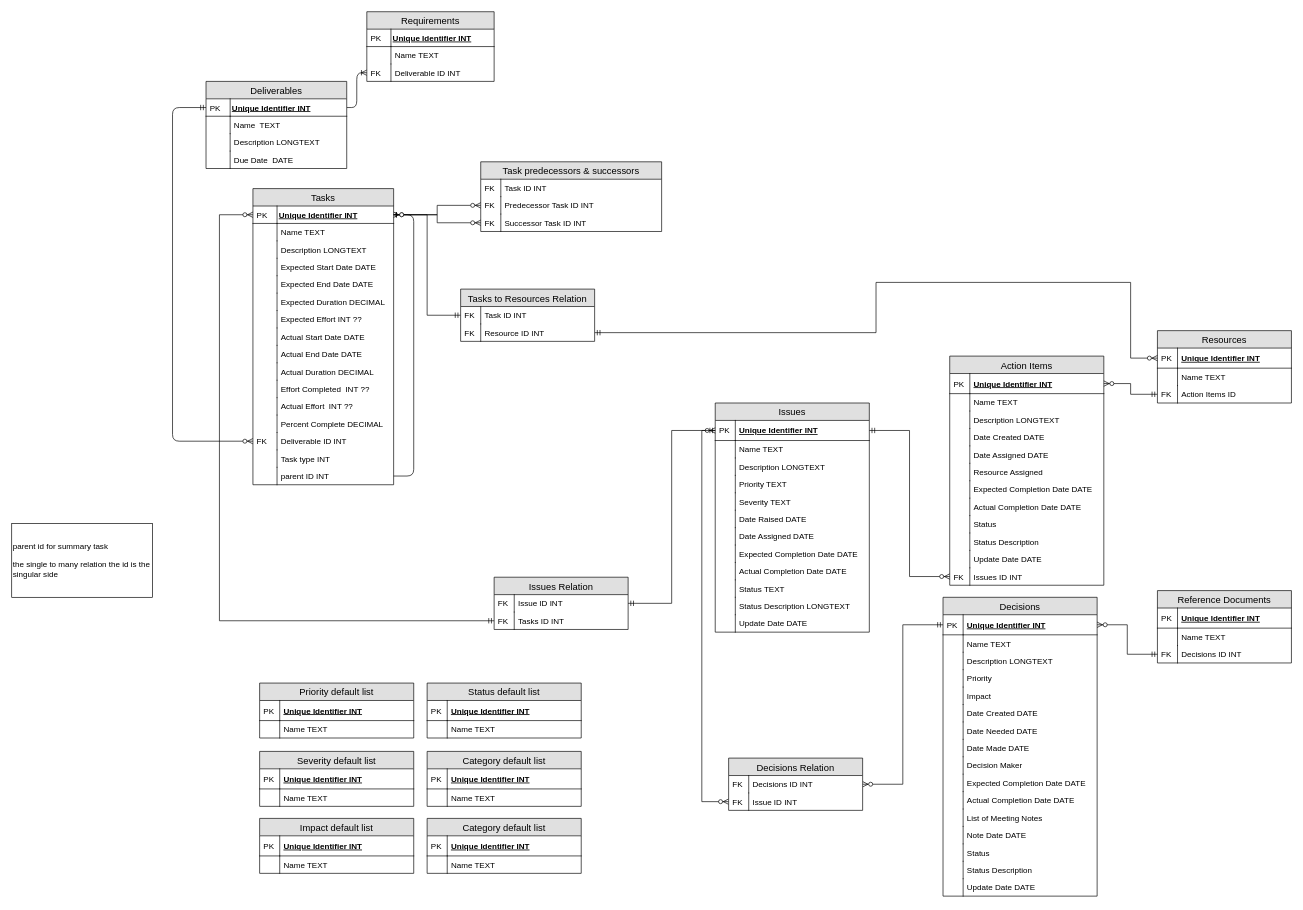
This is ERD.drawio from alicebalayan/comp380---project3, a draw.io file, before an edit. Source tidied: cells renumbered, new cells numbered last; positions are measured from the earlier drawing's top-left corner, leaving out a move shared by most shapes. Both pictures are drawn from the tidied source at 67%, with x=0, y=0 at pixel (11, 11).
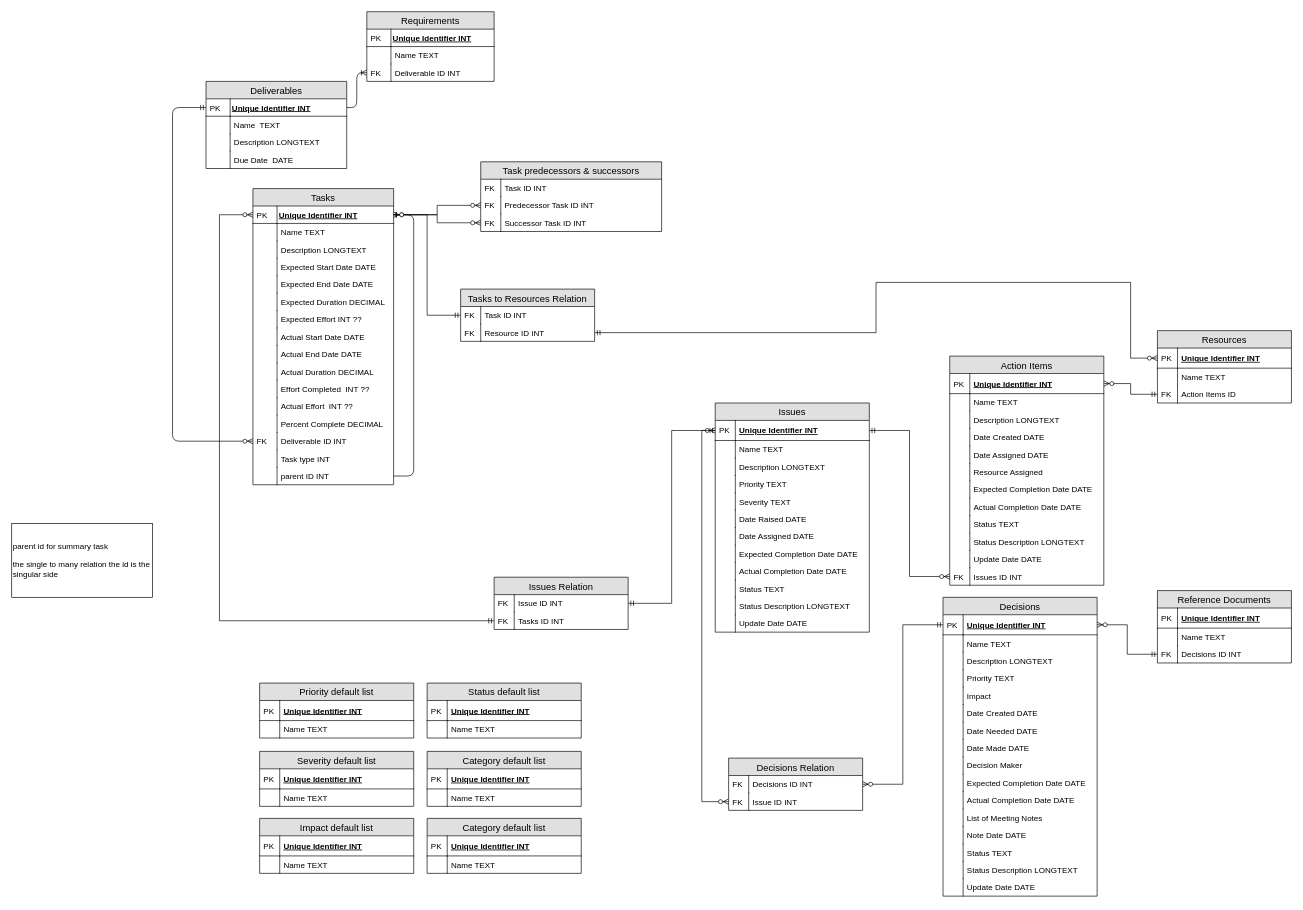
After the change.

The change refers to these unchanged cells:
```xml
<mxCell id="28" value="Decisions" style="swimlane;fontStyle=0;horizontal=1;startSize=26;fillColor=#e0e0e0;swimlaneFillColor=#ffffff;align=center;fontSize=14;" parent="1" vertex="1">
  <mxGeometry x="1390" y="874" width="230" height="446" as="geometry" />
</mxCell>
<mxCell id="61" value="Action Items" style="swimlane;fontStyle=0;horizontal=1;startSize=26;fillColor=#e0e0e0;swimlaneFillColor=#ffffff;align=center;fontSize=14;" parent="1" vertex="1">
  <mxGeometry x="1400" y="514" width="230" height="342" as="geometry" />
</mxCell>
```

The edit, as a diff of the source:
```diff
@@
-    <mxCell id="35" value="Priority" style="shape=partialRectangle;top=0;left=0;right=0;bottom=0;align=left;verticalAlign=top;fillColor=none;spacingLeft=34;spacingRight=4;overflow=hidden;fontSize=12;" parent="28" vertex="1">
+    <mxCell id="35" value="Priority TEXT" style="shape=partialRectangle;top=0;left=0;right=0;bottom=0;align=left;verticalAlign=top;fillColor=none;spacingLeft=34;spacingRight=4;overflow=hidden;fontSize=12;" parent="28" vertex="1">
       <mxGeometry y="108" width="230" height="26" as="geometry" />
     </mxCell>
@@
-    <mxCell id="55" value="Status" style="shape=partialRectangle;top=0;left=0;right=0;bottom=0;align=left;verticalAlign=top;fillColor=none;spacingLeft=34;spacingRight=4;overflow=hidden;fontSize=12;" parent="28" vertex="1">
+    <mxCell id="55" value="Status TEXT" style="shape=partialRectangle;top=0;left=0;right=0;bottom=0;align=left;verticalAlign=top;fillColor=none;spacingLeft=34;spacingRight=4;overflow=hidden;fontSize=12;" parent="28" vertex="1">
       <mxGeometry y="368" width="230" height="26" as="geometry" />
     </mxCell>
@@
-    <mxCell id="57" value="Status Description" style="shape=partialRectangle;top=0;left=0;right=0;bottom=0;align=left;verticalAlign=top;fillColor=none;spacingLeft=34;spacingRight=4;overflow=hidden;fontSize=12;" parent="28" vertex="1">
+    <mxCell id="57" value="Status Description LONGTEXT" style="shape=partialRectangle;top=0;left=0;right=0;bottom=0;align=left;verticalAlign=top;fillColor=none;spacingLeft=34;spacingRight=4;overflow=hidden;fontSize=12;" parent="28" vertex="1">
       <mxGeometry y="394" width="230" height="26" as="geometry" />
     </mxCell>
@@
-    <mxCell id="78" value="Status" style="shape=partialRectangle;top=0;left=0;right=0;bottom=0;align=left;verticalAlign=top;fillColor=none;spacingLeft=34;spacingRight=4;overflow=hidden;fontSize=12;" parent="61" vertex="1">
+    <mxCell id="78" value="Status TEXT" style="shape=partialRectangle;top=0;left=0;right=0;bottom=0;align=left;verticalAlign=top;fillColor=none;spacingLeft=34;spacingRight=4;overflow=hidden;fontSize=12;" parent="61" vertex="1">
       <mxGeometry y="238" width="230" height="26" as="geometry" />
     </mxCell>
@@
-    <mxCell id="80" value="Status Description" style="shape=partialRectangle;top=0;left=0;right=0;bottom=0;align=left;verticalAlign=top;fillColor=none;spacingLeft=34;spacingRight=4;overflow=hidden;fontSize=12;" parent="61" vertex="1">
+    <mxCell id="80" value="Status Description LONGTEXT" style="shape=partialRectangle;top=0;left=0;right=0;bottom=0;align=left;verticalAlign=top;fillColor=none;spacingLeft=34;spacingRight=4;overflow=hidden;fontSize=12;" parent="61" vertex="1">
       <mxGeometry y="264" width="230" height="26" as="geometry" />
     </mxCell>
```
